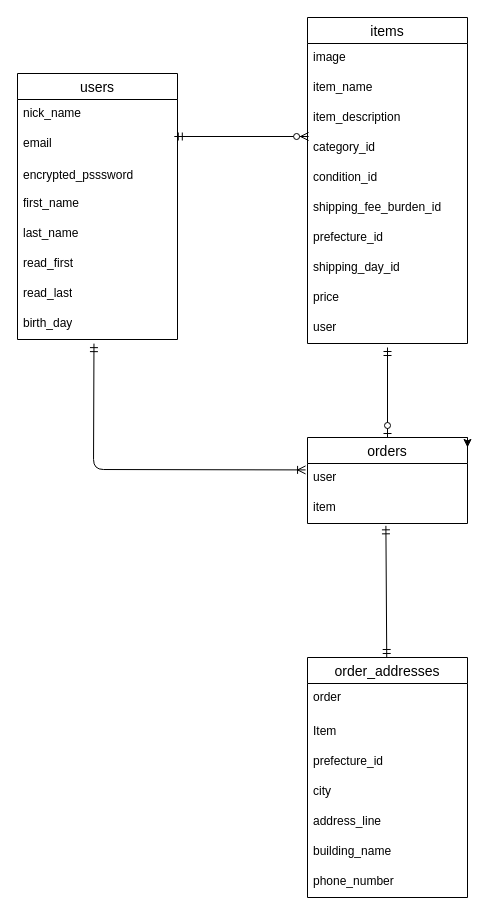
Above: furima.dio in mochi-inu03/furima-41920 (draw.io), before the change. Source tidied: cells renumbered, new cells numbered last; positions are measured from the earlier drawing's top-left corner, leaving out a move shared by most shapes. Both pictures are drawn from the tidied source at 100%, with x=0, y=0 at pixel (17, 17).
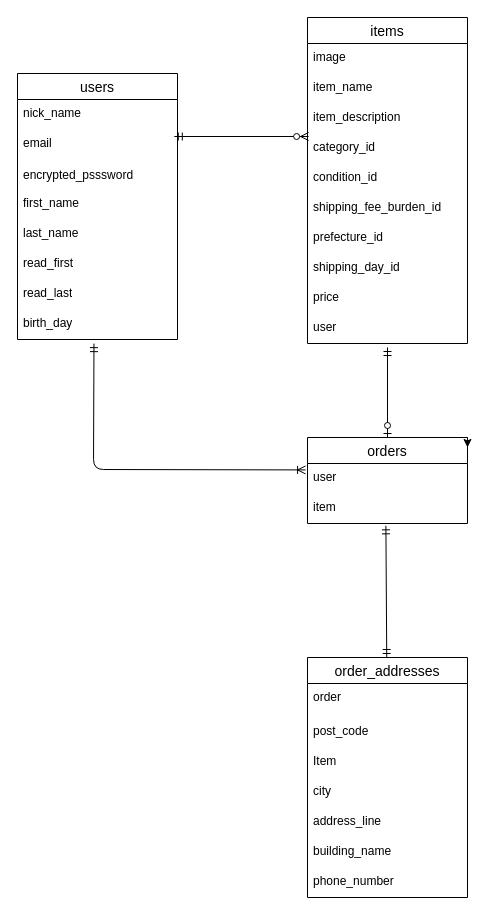
After the change.

The change refers to these unchanged cells:
```xml
<mxCell id="30" value="order_addresses" style="swimlane;fontStyle=0;horizontal=1;startSize=26;align=center;fontSize=14;" parent="1" vertex="1">
  <mxGeometry x="290" y="640" width="160" height="240" as="geometry" />
</mxCell>
```

What changed in the source:
```diff
@@
-    <mxCell id="32" value="Item" style="text;strokeColor=none;fillColor=none;spacingLeft=4;spacingRight=4;overflow=hidden;fontSize=12;whiteSpace=wrap;html=1;" parent="30" vertex="1">
+    <mxCell id="32" value="post_code" style="text;strokeColor=none;fillColor=none;spacingLeft=4;spacingRight=4;overflow=hidden;fontSize=12;whiteSpace=wrap;html=1;" parent="30" vertex="1">
       <mxGeometry y="60" width="160" height="30" as="geometry" />
     </mxCell>
-    <mxCell id="33" value="prefecture_id" style="text;strokeColor=none;fillColor=none;spacingLeft=4;spacingRight=4;overflow=hidden;fontSize=12;whiteSpace=wrap;html=1;" parent="30" vertex="1">
-      <mxGeometry y="90" width="160" height="30" as="geometry" />
-    </mxCell>
+    <mxCell id="38" value="Item" style="text;strokeColor=none;fillColor=none;spacingLeft=4;spacingRight=4;overflow=hidden;fontSize=12;whiteSpace=wrap;html=1;" parent="30" vertex="1">
+      <mxGeometry y="90" width="160" height="30" as="geometry" />
+    </mxCell>
```
